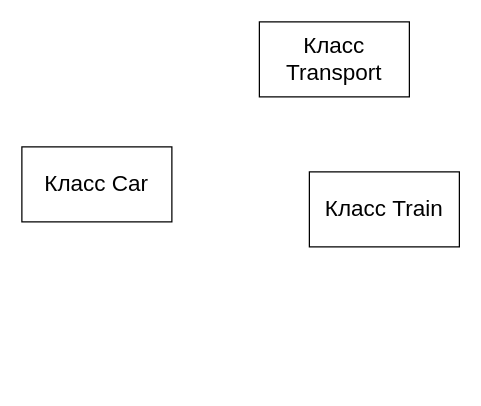
Above: Untitled Diagram.drawio in OlegWhiteRose/Nagdasev (draw.io), before the change. Source tidied: cells renumbered, new cells numbered last; positions are measured from the earlier drawing's top-left corner, leaving out a move shared by most shapes. Both pictures are drawn from the tidied source at 125%, with x=0, y=0 at pixel (21, 21).
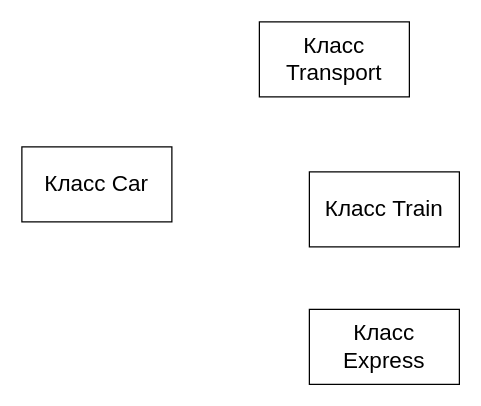
Above is the later version.

Diff of the diagram source:
```diff
@@
 <mxGraphModel>
   <root>
     <mxCell id="0" />
     <mxCell id="1" parent="0" />
     <mxCell id="2" value="&lt;span style=&quot;font-size: 18px;&quot;&gt;Класс Transport&lt;/span&gt;" style="rounded=0;whiteSpace=wrap;html=1;" parent="1" vertex="1">
       <mxGeometry x="190" width="120" height="60" as="geometry" />
     </mxCell>
     <mxCell id="3" value="&lt;font style=&quot;font-size: 18px;&quot;&gt;Класс Car&lt;/font&gt;" style="rounded=0;whiteSpace=wrap;html=1;" parent="1" vertex="1">
       <mxGeometry y="100" width="120" height="60" as="geometry" />
     </mxCell>
     <mxCell id="4" value="&lt;font style=&quot;font-size: 18px;&quot;&gt;Класс Train&lt;/font&gt;" style="rounded=0;whiteSpace=wrap;html=1;" parent="1" vertex="1">
       <mxGeometry x="230" y="120" width="120" height="60" as="geometry" />
     </mxCell>
+    <mxCell id="5" value="&lt;font style=&quot;font-size: 18px;&quot;&gt;Класс Express&lt;/font&gt;" style="rounded=0;whiteSpace=wrap;html=1;" parent="1" vertex="1">
+      <mxGeometry x="230" y="230" width="120" height="60" as="geometry" />
+    </mxCell>
   </root>
 </mxGraphModel>
```
